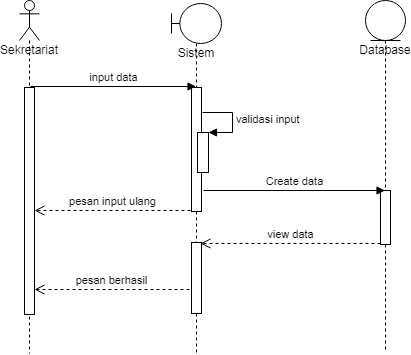
This is SKRIPSI/UML/3. SEQUENCE/ADD SURAT.png from Rusadi-0/KULIAH, a draw.io export, as it was before one commit. Source tidied: cells renumbered, new cells last; positions are measured from the earlier drawing's top-left corner, leaving out a move shared by most shapes.
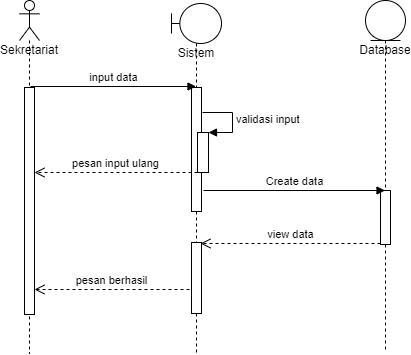
After the commit.

What changed in the source:
```diff
@@ -46,10 +46,8 @@
         <mxPoint x="365.5" y="190" as="targetPoint" />
       </mxGeometry>
     </mxCell>
-    <mxCell id="13" value="pesan input ulang" style="html=1;verticalAlign=bottom;endArrow=open;dashed=1;endSize=8;rounded=0;" parent="1" edge="1" target="3">
-      <mxGeometry relative="1" as="geometry">
-        <mxPoint x="171" y="210" as="sourcePoint" />
-      </mxGeometry>
+    <mxCell id="13" value="pesan input ulang" style="html=1;verticalAlign=bottom;endArrow=open;dashed=1;endSize=8;rounded=0;exitX=0;exitY=1;exitDx=0;exitDy=0;exitPerimeter=0;" parent="1" edge="1" source="6" target="3">
+      <mxGeometry relative="1" as="geometry" />
     </mxCell>
     <mxCell id="14" value="view data" style="html=1;verticalAlign=bottom;endArrow=open;dashed=1;endSize=8;rounded=0;" parent="1" edge="1">
       <mxGeometry relative="1" as="geometry">
```
